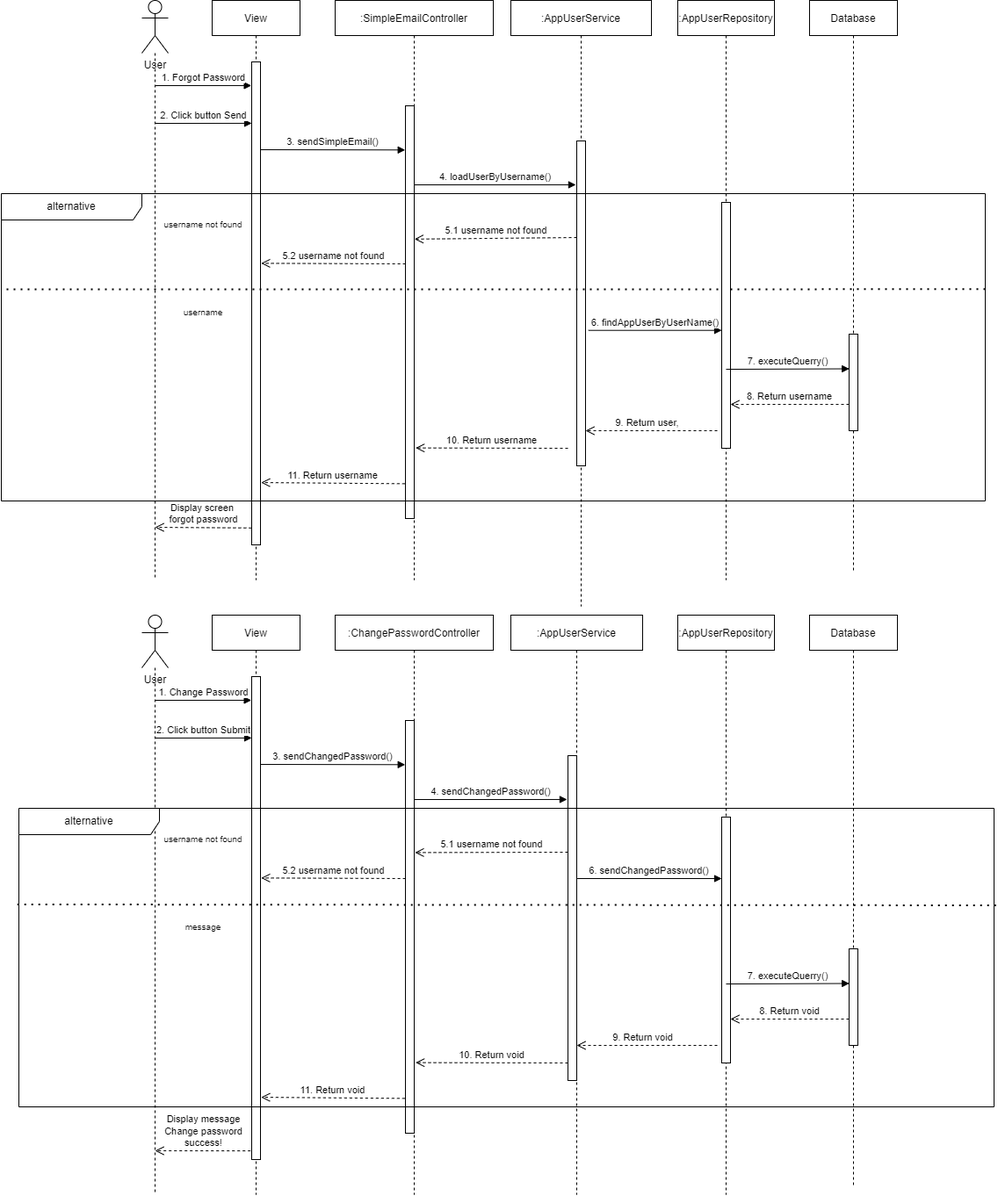
tranthienminh135/C0222G2-TranDucPhuong keeps this draw.io diagram as module6/detail-design/forgot-password-sequece-diagram.png. Above is the earlier version. Source tidied: cells renumbered, new cells last; positions are measured from the earlier drawing's top-left corner, leaving out a move shared by most shapes.
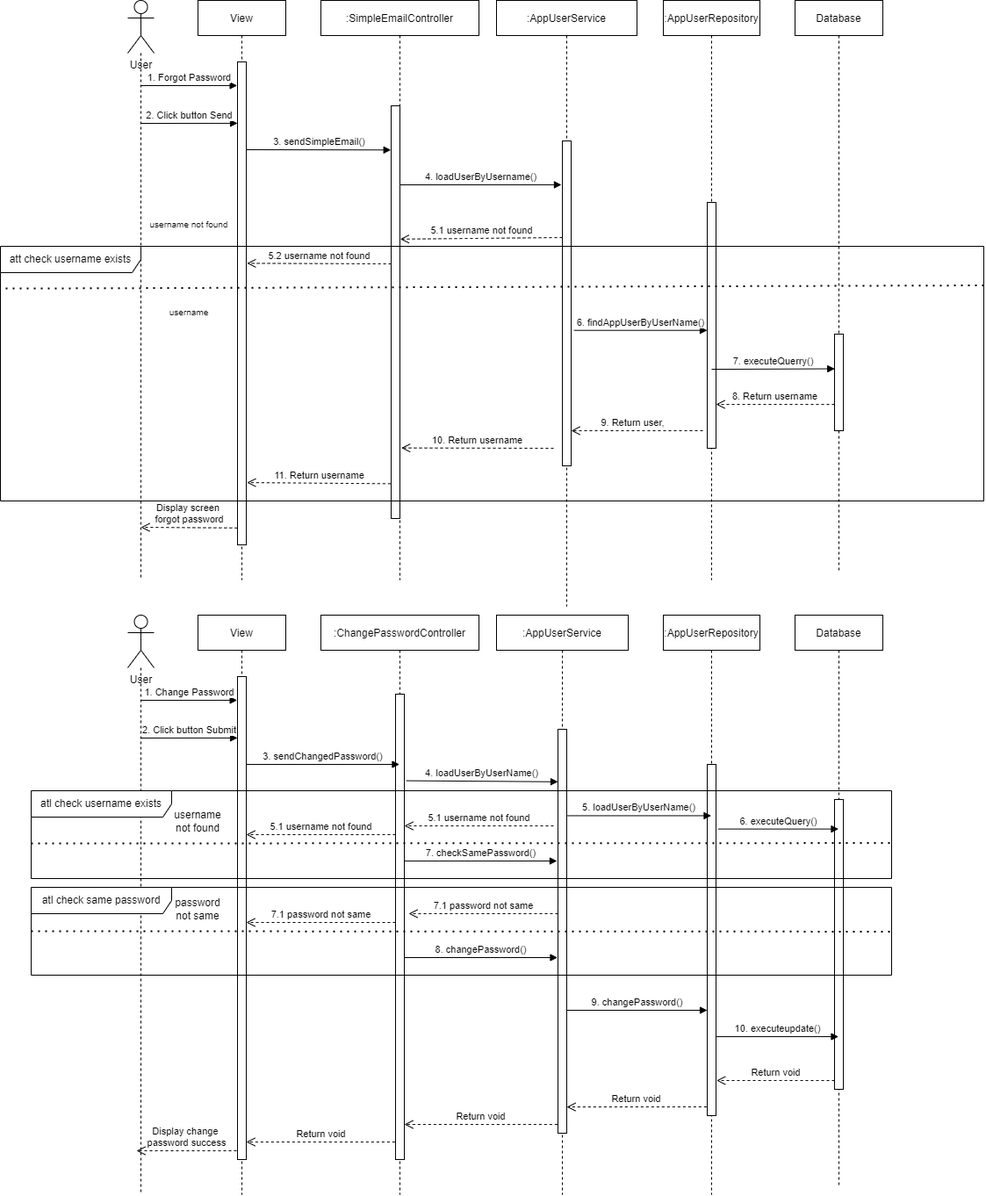
After the change.

Diff of the diagram source:
```diff
@@ -52,11 +52,6 @@
         <mxPoint x="235" y="490" as="sourcePoint" />
       </mxGeometry>
     </mxCell>
-    <mxCell id="15" style="endArrow=none;dashed=1;html=1;dashPattern=1 3;strokeWidth=2;rounded=0;exitX=1;exitY=0.311;exitDx=0;exitDy=0;exitPerimeter=0;" parent="12" edge="1" source="59">
-      <mxGeometry relative="1" as="geometry">
-        <mxPoint x="-580" y="329" as="targetPoint" />
-      </mxGeometry>
-    </mxCell>
     <mxCell id="16" value=":AppUserRepository" style="shape=umlLifeline;perimeter=lifelinePerimeter;rounded=0;shadow=0;strokeWidth=1;" parent="1" vertex="1">
       <mxGeometry x="770" width="110" height="660" as="geometry" />
     </mxCell>
@@ -140,99 +135,163 @@
         <mxPoint x="45" y="139.9" as="targetPoint" />
       </mxGeometry>
     </mxCell>
-    <mxCell id="36" value="message" style="text;html=1;strokeColor=none;fillColor=none;align=center;verticalAlign=middle;whiteSpace=wrap;rounded=0;fontSize=10;" parent="32" vertex="1">
-      <mxGeometry x="-60" y="340" width="100" height="30" as="geometry" />
-    </mxCell>
+    <mxCell id="60" value="5.1 username not found" style="html=1;verticalAlign=bottom;endArrow=open;dashed=1;endSize=8;exitX=-0.011;exitY=0.965;exitDx=0;exitDy=0;exitPerimeter=0;" parent="32" edge="1">
+      <mxGeometry relative="1" as="geometry">
+        <mxPoint x="225" y="250" as="sourcePoint" />
+        <mxPoint x="55" y="250" as="targetPoint" />
+      </mxGeometry>
+    </mxCell>
+    <mxCell id="61" value="7.1 password not same" style="html=1;verticalAlign=bottom;endArrow=open;dashed=1;endSize=8;exitX=-0.011;exitY=0.965;exitDx=0;exitDy=0;exitPerimeter=0;" parent="32" edge="1">
+      <mxGeometry relative="1" as="geometry">
+        <mxPoint x="225" y="350" as="sourcePoint" />
+        <mxPoint x="55" y="350" as="targetPoint" />
+      </mxGeometry>
+    </mxCell>
     <mxCell id="37" value=":ChangePasswordController" style="shape=umlLifeline;perimeter=lifelinePerimeter;rounded=0;shadow=0;strokeWidth=1;" parent="1" vertex="1">
       <mxGeometry x="380" y="700" width="180" height="660" as="geometry" />
     </mxCell>
     <mxCell id="38" style="html=1;points=[];perimeter=orthogonalPerimeter;" parent="37" vertex="1">
-      <mxGeometry x="80" y="120" width="10" height="470" as="geometry" />
+      <mxGeometry x="85" y="90" width="10" height="530" as="geometry" />
     </mxCell>
-    <mxCell id="39" value="4. sendChangedPassword()" style="html=1;verticalAlign=bottom;endArrow=block;entryX=-0.107;entryY=0.135;entryDx=0;entryDy=0;entryPerimeter=0;" parent="37" edge="1" target="41">
-      <mxGeometry relative="1" as="geometry">
-        <mxPoint x="90" y="210" as="sourcePoint" />
-      </mxGeometry>
-    </mxCell>
+    <mxCell id="62" value="5.1 username not found" style="html=1;verticalAlign=bottom;endArrow=open;dashed=1;endSize=8;exitX=-0.011;exitY=0.965;exitDx=0;exitDy=0;exitPerimeter=0;" parent="37" edge="1">
+      <mxGeometry relative="1" as="geometry">
+        <mxPoint x="265" y="240" as="sourcePoint" />
+        <mxPoint x="95" y="240" as="targetPoint" />
+      </mxGeometry>
+    </mxCell>
+    <mxCell id="63" value="7.1 password not same" style="html=1;verticalAlign=bottom;endArrow=open;dashed=1;endSize=8;exitX=-0.011;exitY=0.965;exitDx=0;exitDy=0;exitPerimeter=0;" parent="37" edge="1">
+      <mxGeometry relative="1" as="geometry">
+        <mxPoint x="270" y="340" as="sourcePoint" />
+        <mxPoint x="100" y="340" as="targetPoint" />
+      </mxGeometry>
+    </mxCell>
+    <mxCell id="64" value="Return void" style="html=1;verticalAlign=bottom;endArrow=open;dashed=1;endSize=8;" parent="37" edge="1" target="38">
+      <mxGeometry relative="1" as="geometry">
+        <mxPoint x="269.4" y="580" as="sourcePoint" />
+        <Array as="points">
+          <mxPoint x="269.4" y="580" />
+        </Array>
+      </mxGeometry>
+    </mxCell>
     <mxCell id="40" value=":AppUserService" style="shape=umlLifeline;perimeter=lifelinePerimeter;rounded=0;shadow=0;strokeWidth=1;" parent="1" vertex="1">
       <mxGeometry x="580" y="700" width="150" height="660" as="geometry" />
     </mxCell>
     <mxCell id="41" style="html=1;points=[];perimeter=orthogonalPerimeter;" parent="40" vertex="1">
-      <mxGeometry x="65" y="160" width="10" height="370" as="geometry" />
+      <mxGeometry x="70" y="130" width="10" height="460" as="geometry" />
     </mxCell>
-    <mxCell id="42" value="9. Return void" style="html=1;verticalAlign=bottom;endArrow=open;dashed=1;endSize=8;" parent="40" edge="1" target="41">
-      <mxGeometry x="0.06" relative="1" as="geometry">
-        <mxPoint x="235" y="490" as="sourcePoint" />
-      </mxGeometry>
-    </mxCell>
+    <mxCell id="65" value="8. changePassword()" style="html=1;verticalAlign=bottom;endArrow=block;" parent="40" edge="1">
+      <mxGeometry relative="1" as="geometry">
+        <mxPoint x="-105" y="390" as="sourcePoint" />
+        <mxPoint x="69.5" y="390" as="targetPoint" />
+      </mxGeometry>
+    </mxCell>
+    <mxCell id="66" value="Return void" style="html=1;verticalAlign=bottom;endArrow=open;dashed=1;endSize=8;entryX=1;entryY=0.935;entryDx=0;entryDy=0;entryPerimeter=0;" parent="40" edge="1" target="41">
+      <mxGeometry relative="1" as="geometry">
+        <mxPoint x="239.4" y="560" as="sourcePoint" />
+        <Array as="points">
+          <mxPoint x="239.4" y="560" />
+        </Array>
+      </mxGeometry>
+    </mxCell>
     <mxCell id="43" value=":AppUserRepository" style="shape=umlLifeline;perimeter=lifelinePerimeter;rounded=0;shadow=0;strokeWidth=1;" parent="1" vertex="1">
       <mxGeometry x="770" y="700" width="110" height="660" as="geometry" />
     </mxCell>
     <mxCell id="44" style="html=1;points=[];perimeter=orthogonalPerimeter;" parent="43" vertex="1">
-      <mxGeometry x="50" y="230" width="10" height="280" as="geometry" />
+      <mxGeometry x="50" y="170" width="10" height="400" as="geometry" />
     </mxCell>
     <mxCell id="45" value="Database" style="shape=umlLifeline;perimeter=lifelinePerimeter;rounded=0;shadow=0;strokeWidth=1;" parent="1" vertex="1">
       <mxGeometry x="920" y="700" width="100" height="650" as="geometry" />
     </mxCell>
     <mxCell id="46" style="html=1;points=[];perimeter=orthogonalPerimeter;" parent="45" vertex="1">
-      <mxGeometry x="45" y="380" width="10" height="110" as="geometry" />
+      <mxGeometry x="45" y="210" width="10" height="330" as="geometry" />
     </mxCell>
-    <mxCell id="47" value="7. executeQuerry()" style="html=1;verticalAlign=bottom;endArrow=block;entryX=0.022;entryY=0.359;entryDx=0;entryDy=0;entryPerimeter=0;" parent="45" edge="1" target="46">
-      <mxGeometry relative="1" as="geometry">
-        <mxPoint x="-95" y="420" as="sourcePoint" />
-      </mxGeometry>
-    </mxCell>
-    <mxCell id="48" value="8. Return void" style="html=1;verticalAlign=bottom;endArrow=open;dashed=1;endSize=8;" parent="45" edge="1" target="44">
-      <mxGeometry relative="1" as="geometry">
-        <mxPoint x="45" y="460" as="sourcePoint" />
-      </mxGeometry>
-    </mxCell>
+    <mxCell id="67" value="Return void" style="html=1;verticalAlign=bottom;endArrow=open;dashed=1;endSize=8;entryX=1.065;entryY=0.9;entryDx=0;entryDy=0;entryPerimeter=0;" parent="45" edge="1" target="44">
+      <mxGeometry relative="1" as="geometry">
+        <mxPoint x="45" y="530" as="sourcePoint" />
+        <Array as="points">
+          <mxPoint x="45" y="530" />
+        </Array>
+      </mxGeometry>
+    </mxCell>
-    <mxCell id="49" value="3. sendChangedPassword()" style="html=1;verticalAlign=bottom;endArrow=block;entryX=-0.03;entryY=0.107;entryDx=0;entryDy=0;entryPerimeter=0;" parent="1" edge="1" target="38">
+    <mxCell id="49" value="3. sendChangedPassword()" style="html=1;verticalAlign=bottom;endArrow=block;" parent="1" edge="1" target="37">
       <mxGeometry relative="1" as="geometry">
         <mxPoint x="295" y="870" as="sourcePoint" />
       </mxGeometry>
     </mxCell>
-    <mxCell id="50" value="6. sendChangedPassword()" style="html=1;verticalAlign=bottom;endArrow=block;" parent="1" edge="1" target="44">
-      <mxGeometry relative="1" as="geometry">
-        <mxPoint x="655.3" y="1000" as="sourcePoint" />
-      </mxGeometry>
-    </mxCell>
-    <mxCell id="51" value="10. Return void" style="html=1;verticalAlign=bottom;endArrow=open;dashed=1;endSize=8;entryX=1.164;entryY=0.829;entryDx=0;entryDy=0;entryPerimeter=0;" parent="1" edge="1" target="38">
-      <mxGeometry relative="1" as="geometry">
-        <mxPoint x="645" y="1210" as="sourcePoint" />
-      </mxGeometry>
-    </mxCell>
-    <mxCell id="52" value="11. Return void" style="html=1;verticalAlign=bottom;endArrow=open;dashed=1;endSize=8;entryX=1.079;entryY=0.871;entryDx=0;entryDy=0;entryPerimeter=0;" parent="1" edge="1" target="33">
-      <mxGeometry relative="1" as="geometry">
-        <mxPoint x="459.4" y="1250.4" as="sourcePoint" />
-      </mxGeometry>
-    </mxCell>
-    <mxCell id="53" value="5.1 username not found" style="html=1;verticalAlign=bottom;endArrow=open;dashed=1;endSize=8;entryX=1.088;entryY=0.32;entryDx=0;entryDy=0;entryPerimeter=0;" parent="1" edge="1" target="38">
-      <mxGeometry relative="1" as="geometry">
-        <mxPoint x="645" y="970" as="sourcePoint" />
-      </mxGeometry>
-    </mxCell>
-    <mxCell id="54" value="5.2 username not found" style="html=1;verticalAlign=bottom;endArrow=open;dashed=1;endSize=8;entryX=1.082;entryY=0.417;entryDx=0;entryDy=0;entryPerimeter=0;" parent="1" edge="1" target="33">
-      <mxGeometry relative="1" as="geometry">
-        <mxPoint x="460.1" y="1000" as="sourcePoint" />
-      </mxGeometry>
-    </mxCell>
+    <mxCell id="57" value="atl check username exists" style="shape=umlFrame;whiteSpace=wrap;html=1;width=160;height=30;" parent="1" vertex="1">
+      <mxGeometry x="50" y="900" width="980" height="100" as="geometry" />
+    </mxCell>
+    <mxCell id="59" value="att check username exists" style="shape=umlFrame;whiteSpace=wrap;html=1;width=160;height=30;" parent="1" vertex="1">
+      <mxGeometry x="15" y="280" width="1120" height="290" as="geometry" />
+    </mxCell>
+    <mxCell id="68" style="endArrow=none;dashed=1;html=1;dashPattern=1 3;strokeWidth=2;rounded=0;exitX=1;exitY=0.311;exitDx=0;exitDy=0;exitPerimeter=0;entryX=0.002;entryY=0.166;entryDx=0;entryDy=0;entryPerimeter=0;" parent="1" edge="1" target="59">
+      <mxGeometry relative="1" as="geometry">
+        <mxPoint x="1135" y="324.5" as="sourcePoint" />
+      </mxGeometry>
+    </mxCell>
+    <mxCell id="69" value="6. executeQuery()" style="html=1;verticalAlign=bottom;endArrow=block;exitX=1.25;exitY=0.184;exitDx=0;exitDy=0;exitPerimeter=0;" parent="1" edge="1" source="44" target="45">
+      <mxGeometry relative="1" as="geometry" />
+    </mxCell>
+    <mxCell id="39" value="4. loadUserByUserName()" style="html=1;verticalAlign=bottom;endArrow=block;entryX=0;entryY=0.13;entryDx=0;entryDy=0;entryPerimeter=0;exitX=1.228;exitY=0.186;exitDx=0;exitDy=0;exitPerimeter=0;" parent="1" edge="1" source="38" target="41">
+      <mxGeometry relative="1" as="geometry" />
+    </mxCell>
+    <mxCell id="70" value="5. loadUserByUserName()" style="html=1;verticalAlign=bottom;endArrow=block;exitX=1.072;exitY=0.214;exitDx=0;exitDy=0;exitPerimeter=0;" parent="1" edge="1" source="41" target="43">
+      <mxGeometry relative="1" as="geometry" />
+    </mxCell>
+    <mxCell id="71" value="7. checkSamePassword()" style="html=1;verticalAlign=bottom;endArrow=block;entryX=-0.107;entryY=0.135;entryDx=0;entryDy=0;entryPerimeter=0;" parent="1" edge="1">
+      <mxGeometry relative="1" as="geometry">
+        <mxPoint x="475" y="980" as="sourcePoint" />
+        <mxPoint x="648.9" y="980" as="targetPoint" />
+      </mxGeometry>
+    </mxCell>
+    <mxCell id="72" style="endArrow=none;dashed=1;html=1;dashPattern=1 3;strokeWidth=2;rounded=0;" parent="1" edge="1">
+      <mxGeometry relative="1" as="geometry">
+        <mxPoint x="50" y="960" as="sourcePoint" />
+        <mxPoint x="1030" y="959.6" as="targetPoint" />
+      </mxGeometry>
+    </mxCell>
+    <mxCell id="73" value="9. changePassword()" style="html=1;verticalAlign=bottom;endArrow=block;" parent="1" edge="1">
+      <mxGeometry relative="1" as="geometry">
+        <mxPoint x="660" y="1150" as="sourcePoint" />
+        <mxPoint x="820" y="1150" as="targetPoint" />
+      </mxGeometry>
+    </mxCell>
+    <mxCell id="74" value="atl check same password" style="shape=umlFrame;whiteSpace=wrap;html=1;width=160;height=30;" parent="1" vertex="1">
+      <mxGeometry x="50" y="1010" width="980" height="100" as="geometry" />
+    </mxCell>
+    <mxCell id="75" style="endArrow=none;dashed=1;html=1;dashPattern=1 3;strokeWidth=2;rounded=0;" parent="1" edge="1">
+      <mxGeometry relative="1" as="geometry">
+        <mxPoint x="50" y="1060" as="sourcePoint" />
+        <mxPoint x="1030" y="1060.4" as="targetPoint" />
+      </mxGeometry>
+    </mxCell>
+    <mxCell id="76" value="10. executeupdate()" style="html=1;verticalAlign=bottom;endArrow=block;" parent="1" edge="1" target="45">
+      <mxGeometry relative="1" as="geometry">
+        <mxPoint x="830" y="1180" as="sourcePoint" />
+      </mxGeometry>
+    </mxCell>
+    <mxCell id="77" value="Return void" style="html=1;verticalAlign=bottom;endArrow=open;dashed=1;endSize=8;" parent="1" edge="1" target="33">
+      <mxGeometry relative="1" as="geometry">
+        <mxPoint x="464.3" y="1300" as="sourcePoint" />
+        <Array as="points">
+          <mxPoint x="464.4" y="1300" />
+        </Array>
+      </mxGeometry>
+    </mxCell>
+    <mxCell id="78" value="Display change&amp;nbsp;&lt;br&gt;password success" style="html=1;verticalAlign=bottom;endArrow=open;dashed=1;endSize=8;" parent="1" edge="1">
+      <mxGeometry relative="1" as="geometry">
+        <mxPoint x="284" y="1310" as="sourcePoint" />
+        <mxPoint x="170" y="1310" as="targetPoint" />
+        <Array as="points">
+          <mxPoint x="284" y="1310" />
+        </Array>
+      </mxGeometry>
+    </mxCell>
-    <mxCell id="55" value="username not found" style="text;html=1;strokeColor=none;fillColor=none;align=center;verticalAlign=middle;whiteSpace=wrap;rounded=0;fontSize=10;" parent="1" vertex="1">
-      <mxGeometry x="180" y="940" width="100" height="30" as="geometry" />
+    <mxCell id="55" value="username not found" style="text;html=1;strokeColor=none;fillColor=none;align=center;verticalAlign=middle;whiteSpace=wrap;rounded=0;" parent="1" vertex="1">
+      <mxGeometry x="210" y="920" width="60" height="30" as="geometry" />
     </mxCell>
-    <mxCell id="56" value="Display message&lt;br&gt;Change password&lt;br&gt;success!" style="html=1;verticalAlign=bottom;endArrow=open;dashed=1;endSize=8;exitX=-0.13;exitY=0.982;exitDx=0;exitDy=0;exitPerimeter=0;" parent="1" edge="1" source="33">
-      <mxGeometry relative="1" as="geometry">
-        <mxPoint x="175" y="1310" as="targetPoint" />
-      </mxGeometry>
-    </mxCell>
-    <mxCell id="57" value="alternative" style="shape=umlFrame;whiteSpace=wrap;html=1;width=160;height=30;" parent="1" vertex="1">
-      <mxGeometry x="20" y="920" width="1110" height="340" as="geometry" />
-    </mxCell>
-    <mxCell id="58" style="endArrow=none;dashed=1;html=1;dashPattern=1 3;strokeWidth=2;rounded=0;entryX=-0.002;entryY=0.322;entryDx=0;entryDy=0;entryPerimeter=0;exitX=1.002;exitY=0.325;exitDx=0;exitDy=0;exitPerimeter=0;" parent="1" edge="1" source="57" target="57">
-      <mxGeometry relative="1" as="geometry" />
-    </mxCell>
-    <mxCell id="59" value="alternative" style="shape=umlFrame;whiteSpace=wrap;html=1;width=160;height=30;" parent="1" vertex="1">
-      <mxGeometry y="220" width="1120" height="350" as="geometry" />
-    </mxCell>
+    <mxCell id="79" value="password not same" style="text;html=1;strokeColor=none;fillColor=none;align=center;verticalAlign=middle;whiteSpace=wrap;rounded=0;" parent="1" vertex="1">
+      <mxGeometry x="210" y="1020" width="60" height="30" as="geometry" />
+    </mxCell>
   </root>
 </mxGraphModel>
```
